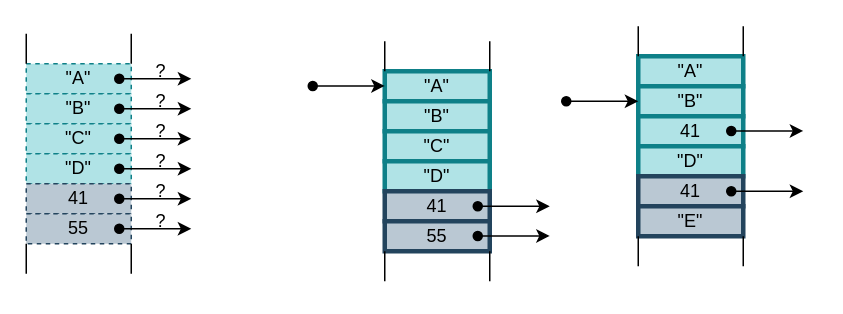
Before: docs/svg/convent_oriscv_vio.drawio in UniStuttgart-IKR/vio, a draw.io diagram. Source tidied: cells renumbered, new cells numbered last; positions are measured from the earlier drawing's top-left corner, leaving out a move shared by most shapes. Both pictures are drawn from the tidied source at 150%, with x=0, y=0 at pixel (26, 26).
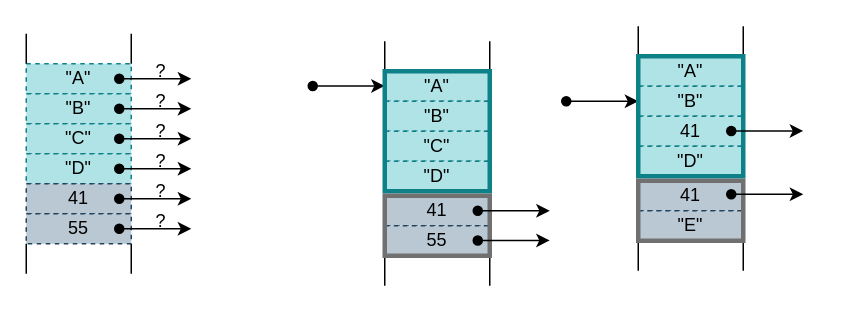
After the change.

What changed in the source:
```diff
@@
-    <mxCell id="24" value="&quot;A&quot;" style="rounded=0;whiteSpace=wrap;html=1;fillColor=#b0e3e6;strokeColor=#0e8088;strokeWidth=3;" parent="1" vertex="1">
+    <mxCell id="24" value="&quot;A&quot;" style="rounded=0;whiteSpace=wrap;html=1;fillColor=#b0e3e6;strokeColor=#0e8088;strokeWidth=1;dashed=1;" parent="1" vertex="1">
       <mxGeometry x="239" y="30" width="70" height="20" as="geometry" />
     </mxCell>
-    <mxCell id="25" value="&quot;B&quot;" style="rounded=0;whiteSpace=wrap;html=1;fillColor=#b0e3e6;strokeColor=#0e8088;strokeWidth=3;" parent="1" vertex="1">
+    <mxCell id="25" value="&quot;B&quot;" style="rounded=0;whiteSpace=wrap;html=1;fillColor=#b0e3e6;strokeColor=#0e8088;strokeWidth=1;dashed=1;" parent="1" vertex="1">
       <mxGeometry x="239" y="50" width="70" height="20" as="geometry" />
     </mxCell>
-    <mxCell id="26" value="&quot;C&quot;" style="rounded=0;whiteSpace=wrap;html=1;fillColor=#b0e3e6;strokeColor=#0e8088;strokeWidth=3;" parent="1" vertex="1">
+    <mxCell id="26" value="&quot;C&quot;" style="rounded=0;whiteSpace=wrap;html=1;fillColor=#b0e3e6;strokeColor=#0e8088;strokeWidth=1;dashed=1;" parent="1" vertex="1">
       <mxGeometry x="239" y="70" width="70" height="20" as="geometry" />
     </mxCell>
-    <mxCell id="27" value="&quot;D&quot;" style="rounded=0;whiteSpace=wrap;html=1;fillColor=#b0e3e6;strokeColor=#0e8088;strokeWidth=3;" parent="1" vertex="1">
+    <mxCell id="27" value="&quot;D&quot;" style="rounded=0;whiteSpace=wrap;html=1;fillColor=#b0e3e6;strokeColor=#0e8088;strokeWidth=1;dashed=1;" parent="1" vertex="1">
       <mxGeometry x="239" y="90" width="70" height="20" as="geometry" />
     </mxCell>
-    <mxCell id="28" value="41" style="rounded=0;whiteSpace=wrap;html=1;fillColor=#bac8d3;strokeColor=#23445d;strokeWidth=3;" parent="1" vertex="1">
-      <mxGeometry x="239" y="110" width="70" height="20" as="geometry" />
+    <mxCell id="28" value="41" style="rounded=0;whiteSpace=wrap;html=1;fillColor=#bac8d3;strokeColor=#23445d;strokeWidth=1;dashed=1;" parent="1" vertex="1">
+      <mxGeometry x="239" y="113" width="70" height="20" as="geometry" />
     </mxCell>
-    <mxCell id="29" value="55" style="rounded=0;whiteSpace=wrap;html=1;fillColor=#bac8d3;strokeColor=#23445d;strokeWidth=3;" parent="1" vertex="1">
-      <mxGeometry x="239" y="130" width="70" height="20" as="geometry" />
+    <mxCell id="29" value="55" style="rounded=0;whiteSpace=wrap;html=1;fillColor=#bac8d3;strokeColor=#23445d;strokeWidth=1;dashed=1;" parent="1" vertex="1">
+      <mxGeometry x="239" y="133" width="70" height="20" as="geometry" />
     </mxCell>
@@
     <mxCell id="32" style="endArrow=none;html=1;rounded=0;entryX=0;entryY=0;entryDx=0;entryDy=0;" parent="1" edge="1">
       <mxGeometry relative="1" as="geometry">
-        <mxPoint x="239" y="150" as="sourcePoint" />
-        <mxPoint x="239" y="170" as="targetPoint" />
+        <mxPoint x="239" y="153" as="sourcePoint" />
+        <mxPoint x="239" y="173" as="targetPoint" />
       </mxGeometry>
     </mxCell>
     <mxCell id="33" style="endArrow=none;html=1;rounded=0;entryX=0;entryY=0;entryDx=0;entryDy=0;" parent="1" edge="1">
       <mxGeometry relative="1" as="geometry">
-        <mxPoint x="309" y="150" as="sourcePoint" />
-        <mxPoint x="309" y="170" as="targetPoint" />
+        <mxPoint x="309" y="153" as="sourcePoint" />
+        <mxPoint x="309" y="173" as="targetPoint" />
       </mxGeometry>
     </mxCell>
-    <mxCell id="34" style="endArrow=classic;html=1;rounded=0;exitX=1;exitY=0.5;exitDx=0;exitDy=0;startArrow=oval;startFill=1;" parent="1" edge="1">
-      <mxGeometry relative="1" as="geometry">
-        <mxPoint x="301" y="120" as="sourcePoint" />
-        <mxPoint x="349" y="120" as="targetPoint" />
-      </mxGeometry>
-    </mxCell>
@@
-    <mxCell id="36" style="endArrow=classic;html=1;rounded=0;exitX=1;exitY=0.5;exitDx=0;exitDy=0;startArrow=oval;startFill=1;" parent="1" edge="1">
-      <mxGeometry relative="1" as="geometry">
-        <mxPoint x="301" y="139.8" as="sourcePoint" />
-        <mxPoint x="349" y="139.8" as="targetPoint" />
-      </mxGeometry>
-    </mxCell>
-    <mxCell id="37" value="&quot;A&quot;" style="rounded=0;whiteSpace=wrap;html=1;fillColor=#b0e3e6;strokeColor=#0e8088;strokeWidth=3;" parent="1" vertex="1">
+    <mxCell id="37" value="&quot;A&quot;" style="rounded=0;whiteSpace=wrap;html=1;fillColor=#b0e3e6;strokeColor=#0e8088;strokeWidth=1;dashed=1;" parent="1" vertex="1">
       <mxGeometry x="408" y="20" width="70" height="20" as="geometry" />
     </mxCell>
-    <mxCell id="38" value="&quot;B&quot;" style="rounded=0;whiteSpace=wrap;html=1;fillColor=#b0e3e6;strokeColor=#0e8088;strokeWidth=3;" parent="1" vertex="1">
+    <mxCell id="38" value="&quot;B&quot;" style="rounded=0;whiteSpace=wrap;html=1;fillColor=#b0e3e6;strokeColor=#0e8088;strokeWidth=1;dashed=1;" parent="1" vertex="1">
       <mxGeometry x="408" y="40" width="70" height="20" as="geometry" />
     </mxCell>
-    <mxCell id="39" value="41" style="rounded=0;whiteSpace=wrap;html=1;fillColor=#b0e3e6;strokeColor=#0e8088;strokeWidth=3;" parent="1" vertex="1">
+    <mxCell id="39" value="41" style="rounded=0;whiteSpace=wrap;html=1;fillColor=#b0e3e6;strokeColor=#0e8088;strokeWidth=1;dashed=1;" parent="1" vertex="1">
       <mxGeometry x="408" y="60" width="70" height="20" as="geometry" />
     </mxCell>
-    <mxCell id="40" value="&quot;D&quot;" style="rounded=0;whiteSpace=wrap;html=1;fillColor=#b0e3e6;strokeColor=#0e8088;strokeWidth=3;" parent="1" vertex="1">
+    <mxCell id="40" value="&quot;D&quot;" style="rounded=0;whiteSpace=wrap;html=1;fillColor=#b0e3e6;strokeColor=#0e8088;strokeWidth=1;dashed=1;" parent="1" vertex="1">
       <mxGeometry x="408" y="80" width="70" height="20" as="geometry" />
     </mxCell>
-    <mxCell id="41" value="41" style="rounded=0;whiteSpace=wrap;html=1;fillColor=#bac8d3;strokeColor=#23445d;strokeWidth=3;" parent="1" vertex="1">
-      <mxGeometry x="408" y="100" width="70" height="20" as="geometry" />
+    <mxCell id="41" value="41" style="rounded=0;whiteSpace=wrap;html=1;fillColor=#bac8d3;strokeColor=#23445d;strokeWidth=1;dashed=1;" parent="1" vertex="1">
+      <mxGeometry x="408" y="103" width="70" height="20" as="geometry" />
     </mxCell>
-    <mxCell id="42" value="&quot;E&quot;" style="rounded=0;whiteSpace=wrap;html=1;fillColor=#bac8d3;strokeColor=#23445d;strokeWidth=3;" parent="1" vertex="1">
-      <mxGeometry x="408" y="120" width="70" height="20" as="geometry" />
+    <mxCell id="42" value="&quot;E&quot;" style="rounded=0;whiteSpace=wrap;html=1;fillColor=#bac8d3;strokeColor=#23445d;strokeWidth=1;dashed=1;" parent="1" vertex="1">
+      <mxGeometry x="408" y="123" width="70" height="20" as="geometry" />
     </mxCell>
@@
     <mxCell id="45" style="endArrow=none;html=1;rounded=0;entryX=0;entryY=0;entryDx=0;entryDy=0;" parent="1" edge="1">
       <mxGeometry relative="1" as="geometry">
-        <mxPoint x="408" y="140" as="sourcePoint" />
-        <mxPoint x="408" y="160" as="targetPoint" />
+        <mxPoint x="408" y="143" as="sourcePoint" />
+        <mxPoint x="408" y="163" as="targetPoint" />
       </mxGeometry>
     </mxCell>
     <mxCell id="46" style="endArrow=none;html=1;rounded=0;entryX=0;entryY=0;entryDx=0;entryDy=0;" parent="1" edge="1">
       <mxGeometry relative="1" as="geometry">
-        <mxPoint x="478" y="140" as="sourcePoint" />
-        <mxPoint x="478" y="160" as="targetPoint" />
+        <mxPoint x="478" y="143" as="sourcePoint" />
+        <mxPoint x="478" y="163" as="targetPoint" />
       </mxGeometry>
     </mxCell>
+    <mxCell id="48" style="endArrow=classic;html=1;rounded=0;exitX=1;exitY=0.5;exitDx=0;exitDy=0;startArrow=oval;startFill=1;" parent="1" edge="1">
+      <mxGeometry relative="1" as="geometry">
+        <mxPoint x="360" y="50" as="sourcePoint" />
+        <mxPoint x="408" y="50" as="targetPoint" />
+      </mxGeometry>
+    </mxCell>
+    <mxCell id="50" style="rounded=0;whiteSpace=wrap;html=1;fillColor=none;strokeColor=#0e8088;strokeWidth=3;" parent="1" vertex="1">
+      <mxGeometry x="239" y="30" width="70" height="80" as="geometry" />
+    </mxCell>
+    <mxCell id="51" style="rounded=0;whiteSpace=wrap;html=1;fillColor=none;strokeColor=#0e8088;strokeWidth=3;" parent="1" vertex="1">
+      <mxGeometry x="408" y="20" width="70" height="80" as="geometry" />
+    </mxCell>
+    <mxCell id="52" style="rounded=0;whiteSpace=wrap;html=1;fillColor=none;strokeColor=#707070;strokeWidth=3;" parent="1" vertex="1">
+      <mxGeometry x="239" y="113" width="70" height="40" as="geometry" />
+    </mxCell>
+    <mxCell id="53" style="rounded=0;whiteSpace=wrap;html=1;fillColor=none;strokeColor=#707070;strokeWidth=3;" parent="1" vertex="1">
+      <mxGeometry x="408" y="103" width="70" height="40" as="geometry" />
+    </mxCell>
+    <mxCell id="34" style="endArrow=classic;html=1;rounded=0;exitX=1;exitY=0.5;exitDx=0;exitDy=0;startArrow=oval;startFill=1;" parent="1" edge="1">
+      <mxGeometry relative="1" as="geometry">
+        <mxPoint x="301" y="123" as="sourcePoint" />
+        <mxPoint x="349" y="123" as="targetPoint" />
+      </mxGeometry>
+    </mxCell>
+    <mxCell id="36" style="endArrow=classic;html=1;rounded=0;exitX=1;exitY=0.5;exitDx=0;exitDy=0;startArrow=oval;startFill=1;" parent="1" edge="1">
+      <mxGeometry relative="1" as="geometry">
+        <mxPoint x="301" y="142.8" as="sourcePoint" />
+        <mxPoint x="349" y="142.8" as="targetPoint" />
+      </mxGeometry>
+    </mxCell>
     <mxCell id="47" style="endArrow=classic;html=1;rounded=0;exitX=1;exitY=0.5;exitDx=0;exitDy=0;startArrow=oval;startFill=1;" parent="1" edge="1">
       <mxGeometry relative="1" as="geometry">
-        <mxPoint x="470" y="110" as="sourcePoint" />
-        <mxPoint x="518" y="110" as="targetPoint" />
+        <mxPoint x="470" y="112" as="sourcePoint" />
+        <mxPoint x="518" y="112" as="targetPoint" />
       </mxGeometry>
     </mxCell>
-    <mxCell id="48" style="endArrow=classic;html=1;rounded=0;exitX=1;exitY=0.5;exitDx=0;exitDy=0;startArrow=oval;startFill=1;" parent="1" edge="1">
-      <mxGeometry relative="1" as="geometry">
-        <mxPoint x="360" y="50" as="sourcePoint" />
-        <mxPoint x="408" y="50" as="targetPoint" />
-      </mxGeometry>
-    </mxCell>
```
